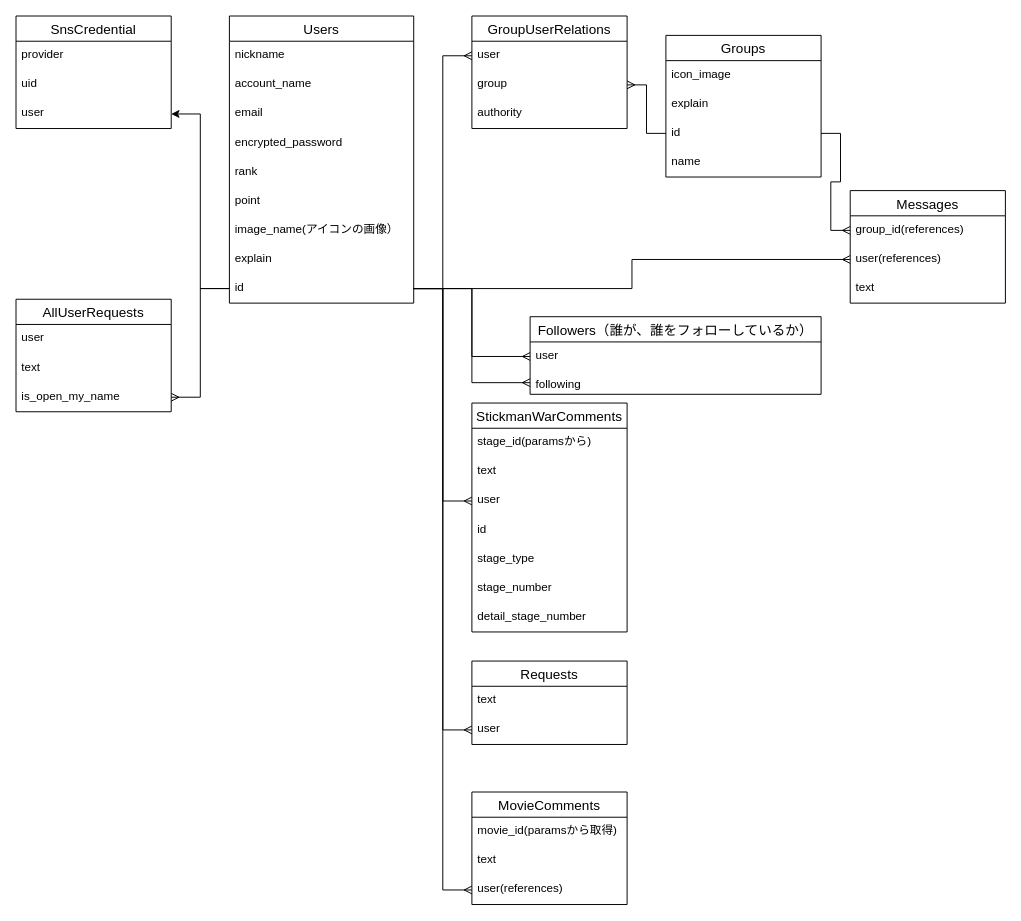
Before: database.dio in runba3011/runba_home, a draw.io diagram. Source tidied: cells renumbered, new cells numbered last; positions are measured from the earlier drawing's top-left corner, leaving out a move shared by most shapes. Both pictures are drawn from the tidied source at 97%, with x=0, y=0 at pixel (16, 16).
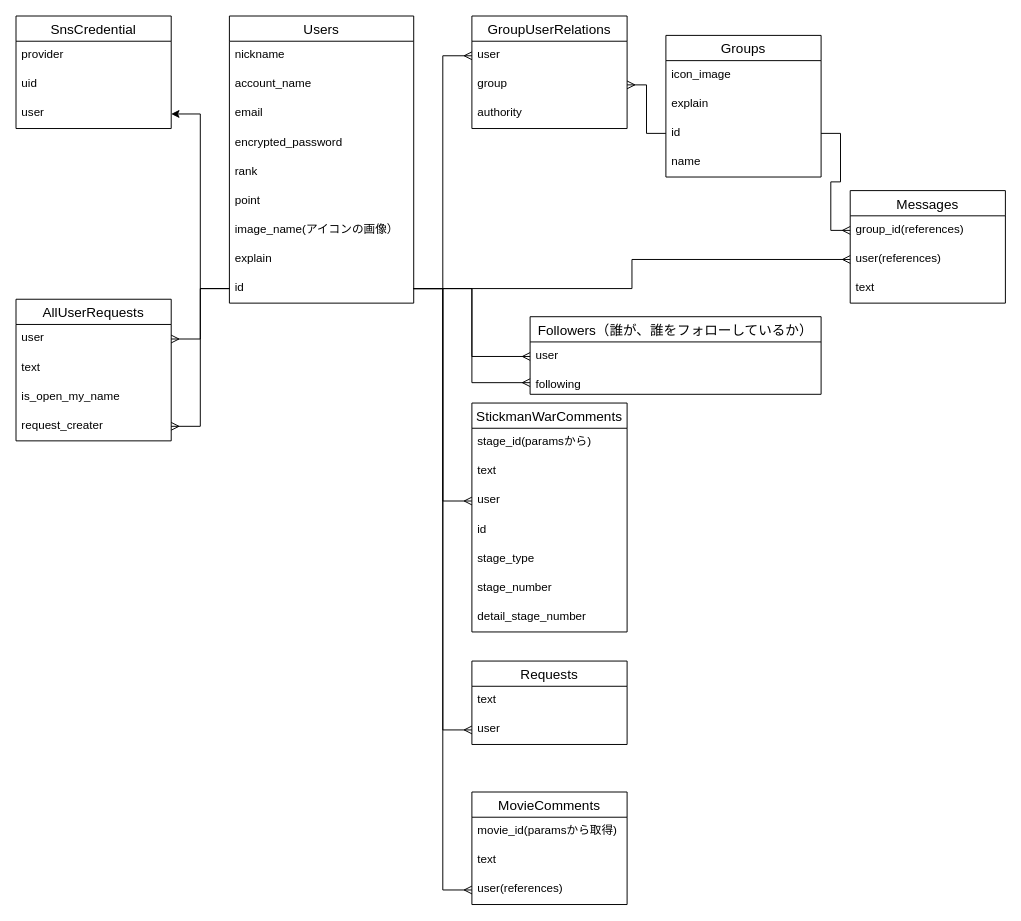
The same page after the edit.

Unchanged cells that the change refers to:
```xml
<mxCell id="11" value="id" style="text;strokeColor=none;fillColor=none;spacingLeft=4;spacingRight=4;overflow=hidden;points=[[0,0.5],[1,0.5]];portConstraint=eastwest;fontSize=12;" parent="2" vertex="1">
  <mxGeometry y="266" width="190" height="30" as="geometry" />
</mxCell>
<mxCell id="58" value="user" style="text;strokeColor=none;fillColor=none;spacingLeft=4;spacingRight=4;overflow=hidden;points=[[0,0.5],[1,0.5]];portConstraint=eastwest;fontSize=12;" parent="57" vertex="1">
  <mxGeometry y="26" width="160" height="30" as="geometry" />
</mxCell>
<mxCell id="60" value="is_open_my_name" style="text;strokeColor=none;fillColor=none;spacingLeft=4;spacingRight=4;overflow=hidden;points=[[0,0.5],[1,0.5]];portConstraint=eastwest;fontSize=12;" parent="57" vertex="1">
  <mxGeometry y="86" width="160" height="30" as="geometry" />
</mxCell>
```

What changed in the source:
```diff
@@
     <mxCell id="57" value="AllUserRequests" style="swimlane;fontStyle=0;horizontal=1;startSize=26;align=center;fontSize=14;" parent="1" vertex="1">
-      <mxGeometry y="292" width="160" height="116" as="geometry" />
+      <mxGeometry y="292" width="160" height="146" as="geometry" />
     </mxCell>
@@
-    <mxCell id="61" style="edgeStyle=orthogonalEdgeStyle;rounded=0;jettySize=auto;html=1;entryX=1;entryY=0.5;entryDx=0;entryDy=0;endArrow=ERmany;endFill=0;" parent="1" edge="1" source="11" target="60">
-      <mxGeometry relative="1" as="geometry" />
-    </mxCell>
+    <mxCell id="62" value="request_creater" style="text;strokeColor=none;fillColor=none;spacingLeft=4;spacingRight=4;overflow=hidden;points=[[0,0.5],[1,0.5]];portConstraint=eastwest;fontSize=12;" parent="57" vertex="1">
+      <mxGeometry y="116" width="160" height="30" as="geometry" />
+    </mxCell>
+    <mxCell id="63" style="edgeStyle=orthogonalEdgeStyle;rounded=0;jettySize=auto;html=1;entryX=1;entryY=0.5;entryDx=0;entryDy=0;endArrow=ERmany;endFill=0;" parent="1" edge="1" source="11" target="58">
+      <mxGeometry relative="1" as="geometry" />
+    </mxCell>
+    <mxCell id="64" style="edgeStyle=orthogonalEdgeStyle;rounded=0;jettySize=auto;html=1;endArrow=ERmany;endFill=0;" parent="1" edge="1" source="11" target="62">
+      <mxGeometry relative="1" as="geometry" />
+    </mxCell>
```
